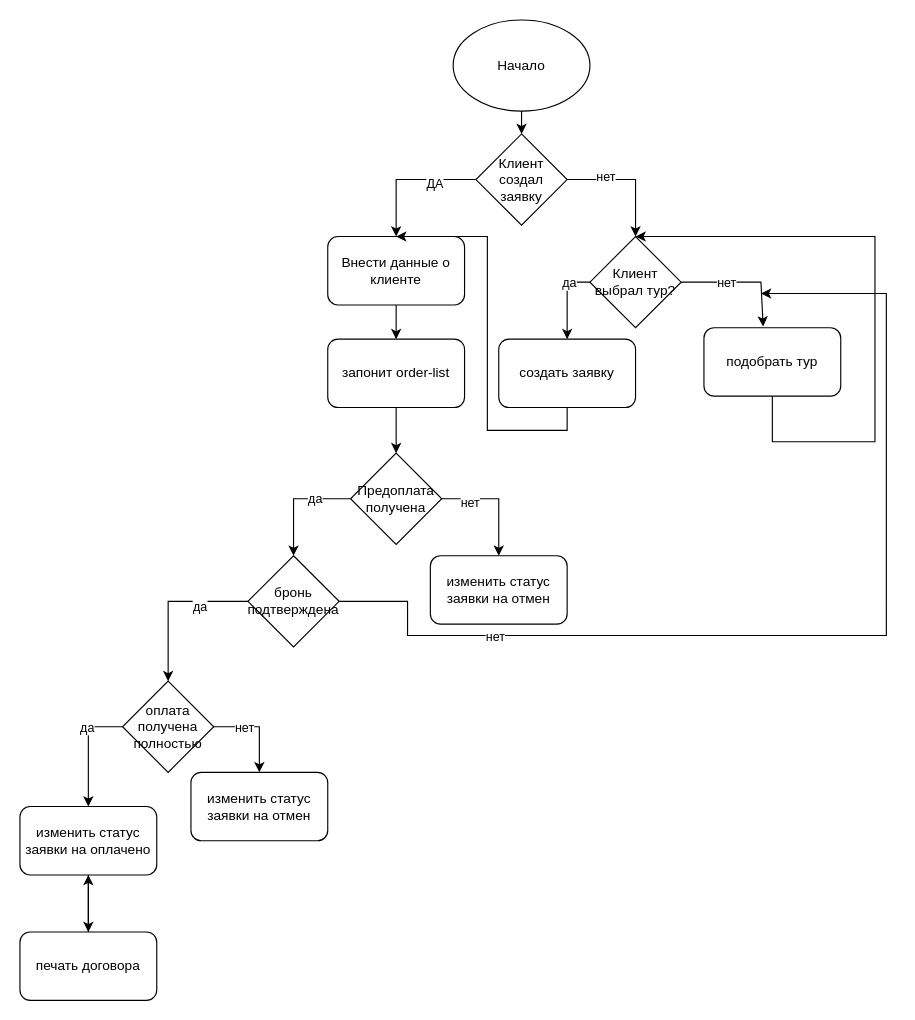
Earlier version of the draw.io diagram Диаграмма без названия.drawio (Maspanova/Python). Source tidied: cells renumbered, new cells numbered last; positions are measured from the earlier drawing's top-left corner, leaving out a move shared by most shapes. Both pictures are drawn from the tidied source at 114%, with x=0, y=0 at pixel (19, 19).
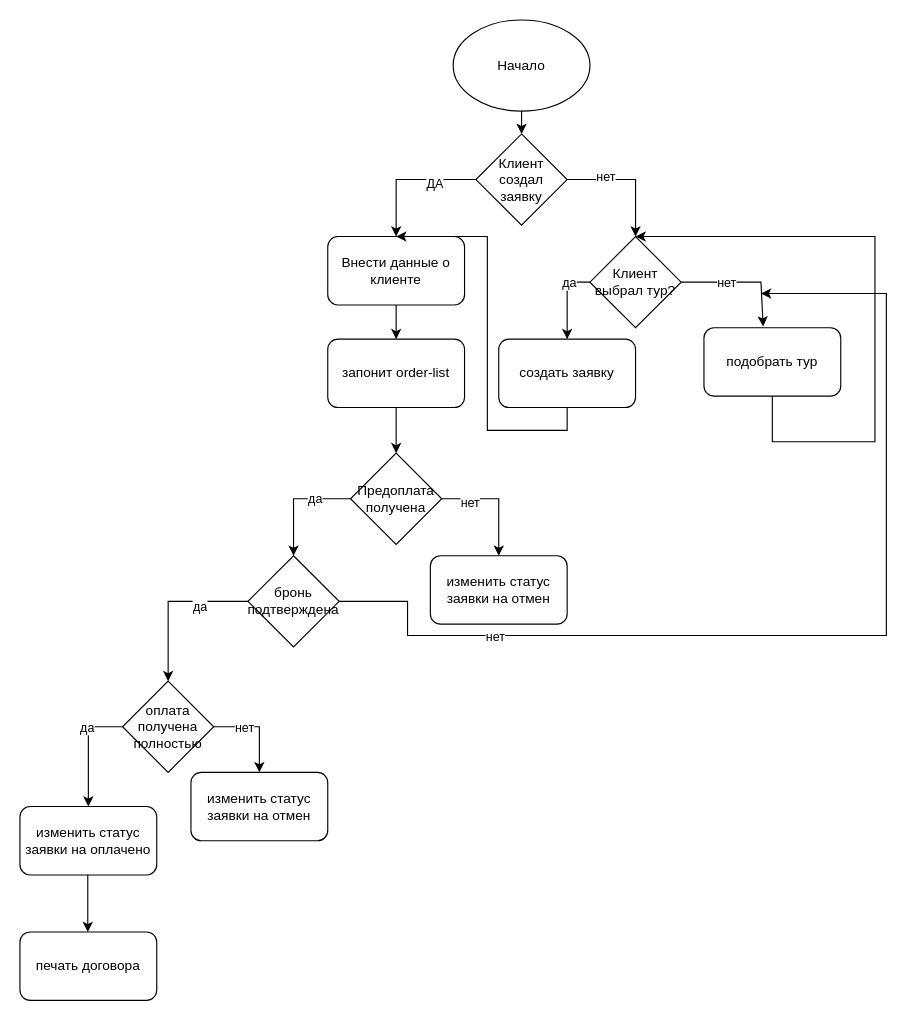
Above is the later version.

The change refers to these unchanged cells:
```xml
<mxCell id="39" value="печать договора" style="rounded=1;whiteSpace=wrap;html=1;" parent="1" vertex="1">
  <mxGeometry y="800" width="120" height="60" as="geometry" />
</mxCell>
<mxCell id="41" value="изменить статус заявки на оплачено" style="rounded=1;whiteSpace=wrap;html=1;" parent="1" vertex="1">
  <mxGeometry y="690" width="120" height="60" as="geometry" />
</mxCell>
```

Change to the diagram source:
```diff
@@
-    <mxCell id="38" style="edgeStyle=orthogonalEdgeStyle;rounded=0;jettySize=auto;html=1;" parent="1" edge="1" source="39" target="41">
-      <mxGeometry relative="1" as="geometry" />
-    </mxCell>
@@
-    <mxCell id="42" style="endArrow=classic;html=1;rounded=0;exitX=0.5;exitY=1;exitDx=0;exitDy=0;" parent="1" edge="1" source="41" target="39">
-      <mxGeometry relative="1" as="geometry" />
+    <mxCell id="42" style="endArrow=classic;html=1;rounded=0;exitX=0.5;exitY=1;exitDx=0;exitDy=0;" parent="1" edge="1">
+      <mxGeometry relative="1" as="geometry">
+        <mxPoint x="59.5" y="750" as="sourcePoint" />
+        <mxPoint x="59.5" y="800" as="targetPoint" />
+      </mxGeometry>
     </mxCell>
```
